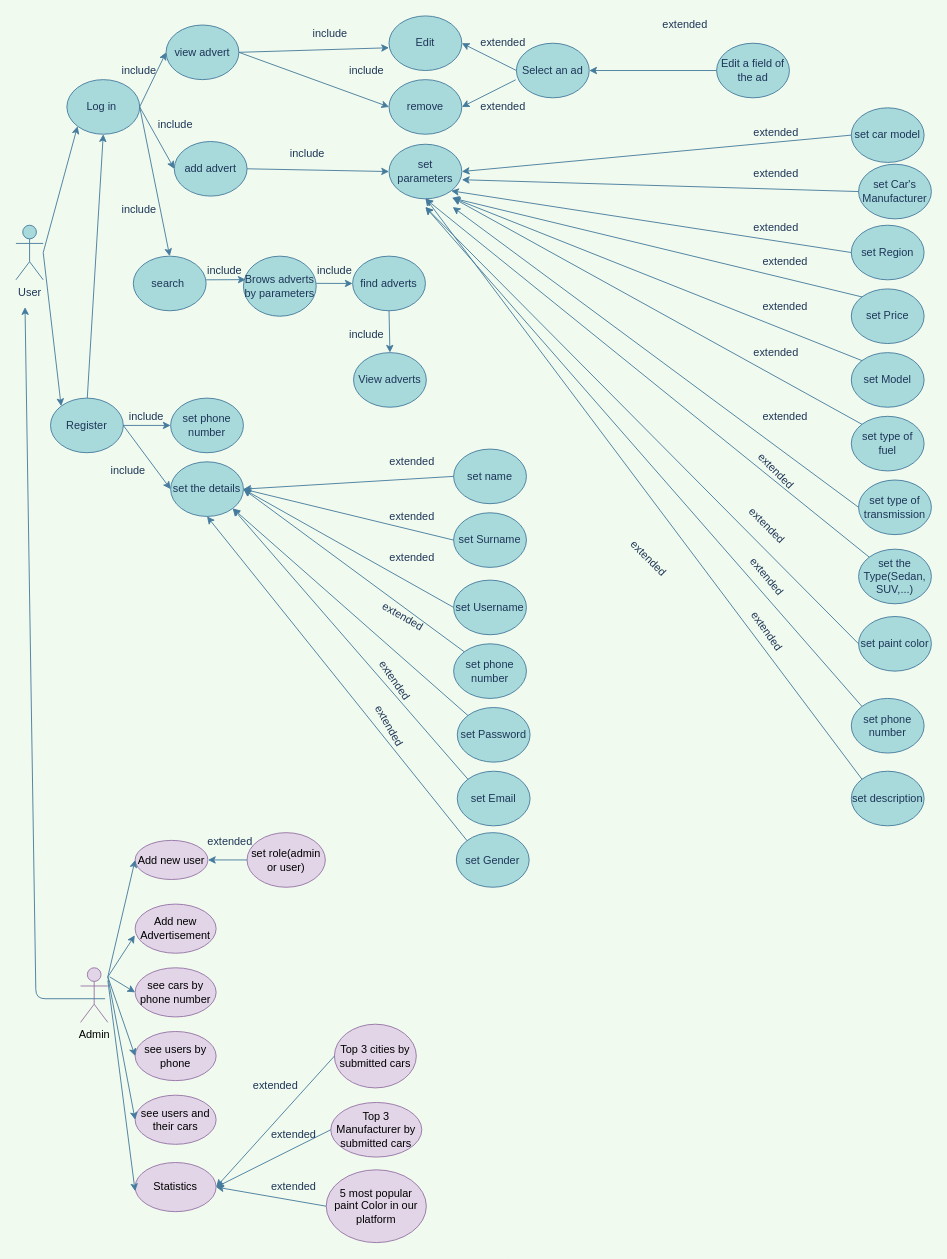
The draw.io diagram Untitled Diagram.drawio in kamran-mehravar/Large-scale-and-Multi-structured-Databases-Project, before the edit. Source tidied: cells renumbered, new cells numbered last; positions are measured from the earlier drawing's top-left corner, leaving out a move shared by most shapes. Both pictures are drawn from the tidied source at 91%, with x=0, y=0 at pixel (15, 15).
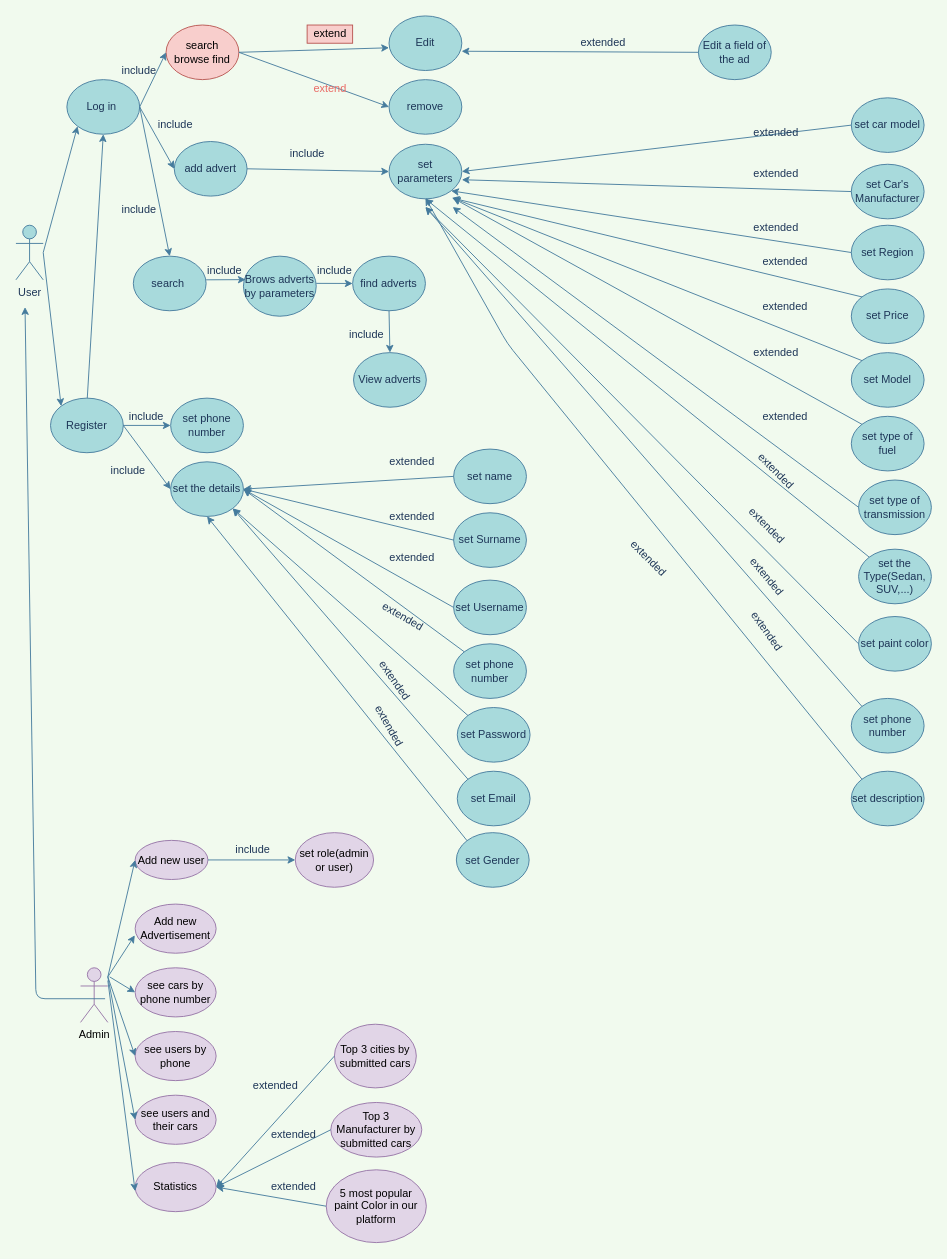
The same diagram, later.

Unchanged cells that the change refers to:
```xml
<mxCell id="4" value="Add new user" style="ellipse;whiteSpace=wrap;html=1;fillColor=#e1d5e7;strokeColor=#9673a6;" parent="1" vertex="1">
  <mxGeometry x="131" y="906" width="80" height="43" as="geometry" />
</mxCell>
<mxCell id="24" value="Edit" style="ellipse;whiteSpace=wrap;html=1;fillColor=#A8DADC;strokeColor=#457B9D;fontColor=#1D3557;" parent="1" vertex="1">
  <mxGeometry x="410" width="80" height="60" as="geometry" />
</mxCell>
<mxCell id="52" value="set description" style="ellipse;whiteSpace=wrap;html=1;fillColor=#A8DADC;strokeColor=#457B9D;fontColor=#1D3557;" parent="1" vertex="1">
  <mxGeometry x="918" y="830" width="80" height="60" as="geometry" />
</mxCell>
```

What changed in the source:
```diff
@@
-    <mxCell id="9" value="view advert" style="ellipse;whiteSpace=wrap;html=1;fillColor=#A8DADC;strokeColor=#457B9D;fontColor=#1D3557;" parent="1" vertex="1">
+    <mxCell id="9" value="search browse find" style="ellipse;whiteSpace=wrap;html=1;fillColor=#f8cecc;strokeColor=#b85450;" parent="1" vertex="1">
       <mxGeometry x="165" y="10" width="80" height="60" as="geometry" />
     </mxCell>
@@
-    <mxCell id="14" value="Select an ad" style="ellipse;whiteSpace=wrap;html=1;fillColor=#A8DADC;strokeColor=#457B9D;fontColor=#1D3557;" parent="1" vertex="1">
-      <mxGeometry x="550" y="30" width="80" height="60" as="geometry" />
-    </mxCell>
@@
-    <mxCell id="28" value="include" style="text;html=1;align=center;verticalAlign=middle;strokeColor=none;rotation=0;fontColor=#1D3557;" parent="1" vertex="1">
+    <mxCell id="28" value="extend" style="text;html=1;align=center;verticalAlign=middle;strokeColor=#b85450;rotation=0;fillColor=#f8cecc;" parent="1" vertex="1">
       <mxGeometry x="320" y="10" width="50" height="20" as="geometry" />
     </mxCell>
-    <mxCell id="29" value="include" style="text;html=1;align=center;verticalAlign=middle;strokeColor=none;rotation=0;fontColor=#1D3557;" parent="1" vertex="1">
-      <mxGeometry x="360" y="50" width="50" height="20" as="geometry" />
+    <mxCell id="29" value="&lt;font color=&quot;#ea6b66&quot;&gt;extend&lt;/font&gt;" style="text;html=1;align=center;verticalAlign=middle;strokeColor=none;rotation=0;fontColor=#1D3557;" parent="1" vertex="1">
+      <mxGeometry x="320" y="70" width="50" height="20" as="geometry" />
     </mxCell>
-    <mxCell id="30" style="endArrow=classic;html=1;entryX=1;entryY=0.5;entryDx=0;entryDy=0;labelBackgroundColor=#F1FAEE;strokeColor=#457B9D;fontColor=#1D3557;" parent="1" edge="1" target="24">
-      <mxGeometry relative="1" as="geometry">
-        <mxPoint x="550" y="60" as="sourcePoint" />
-      </mxGeometry>
-    </mxCell>
-    <mxCell id="31" style="endArrow=classic;html=1;exitX=-0.01;exitY=0.67;exitDx=0;exitDy=0;exitPerimeter=0;labelBackgroundColor=#F1FAEE;strokeColor=#457B9D;fontColor=#1D3557;" parent="1" edge="1" source="14">
-      <mxGeometry relative="1" as="geometry">
-        <mxPoint x="490" y="100" as="targetPoint" />
-      </mxGeometry>
-    </mxCell>
-    <mxCell id="32" value="extended" style="text;html=1;align=center;verticalAlign=middle;strokeColor=none;rotation=0;fontColor=#1D3557;" parent="1" vertex="1">
-      <mxGeometry x="500" y="20" width="70" height="20" as="geometry" />
-    </mxCell>
-    <mxCell id="33" value="extended" style="text;html=1;align=center;verticalAlign=middle;strokeColor=none;rotation=0;fontColor=#1D3557;" parent="1" vertex="1">
-      <mxGeometry x="500" y="90" width="70" height="20" as="geometry" />
-    </mxCell>
     <mxCell id="34" value="Edit a field of the ad" style="ellipse;whiteSpace=wrap;html=1;fillColor=#A8DADC;strokeColor=#457B9D;fontColor=#1D3557;" parent="1" vertex="1">
-      <mxGeometry x="770" y="30" width="80" height="60" as="geometry" />
+      <mxGeometry x="750" y="10" width="80" height="60" as="geometry" />
     </mxCell>
-    <mxCell id="35" style="endArrow=classic;html=1;exitX=0;exitY=0.5;exitDx=0;exitDy=0;entryX=1;entryY=0.5;entryDx=0;entryDy=0;labelBackgroundColor=#F1FAEE;strokeColor=#457B9D;fontColor=#1D3557;" parent="1" edge="1" source="34" target="14">
+    <mxCell id="35" style="endArrow=classic;html=1;exitX=0;exitY=0.5;exitDx=0;exitDy=0;labelBackgroundColor=#F1FAEE;strokeColor=#457B9D;fontColor=#1D3557;entryX=0.997;entryY=0.647;entryDx=0;entryDy=0;entryPerimeter=0;" parent="1" edge="1" source="34" target="24">
       <mxGeometry relative="1" as="geometry" />
     </mxCell>
     <mxCell id="36" value="extended" style="text;html=1;align=center;verticalAlign=middle;strokeColor=none;rotation=0;fontColor=#1D3557;" parent="1" vertex="1">
-      <mxGeometry x="700" width="70" height="20" as="geometry" />
+      <mxGeometry x="610" y="20" width="70" height="20" as="geometry" />
     </mxCell>
@@
     <mxCell id="40" value="set Car's Manufacturer" style="ellipse;whiteSpace=wrap;html=1;fillColor=#A8DADC;strokeColor=#457B9D;fontColor=#1D3557;" parent="1" vertex="1">
-      <mxGeometry x="926" y="163" width="80" height="60" as="geometry" />
+      <mxGeometry x="918" y="163" width="80" height="60" as="geometry" />
     </mxCell>
     <mxCell id="41" value="set car model" style="ellipse;whiteSpace=wrap;html=1;fillColor=#A8DADC;strokeColor=#457B9D;fontColor=#1D3557;" parent="1" vertex="1">
-      <mxGeometry x="918" y="101" width="80" height="60" as="geometry" />
+      <mxGeometry x="918" y="90" width="80" height="60" as="geometry" />
     </mxCell>
@@
     <mxCell id="60" style="endArrow=classic;html=1;exitX=0;exitY=0;exitDx=0;exitDy=0;labelBackgroundColor=#F1FAEE;strokeColor=#457B9D;fontColor=#1D3557;" parent="1" edge="1" source="52">
       <mxGeometry relative="1" as="geometry">
         <mxPoint x="450" y="200" as="targetPoint" />
+        <Array as="points">
+          <mxPoint x="540" y="360" />
+        </Array>
       </mxGeometry>
     </mxCell>
@@
     <mxCell id="110" value="set role(admin or user)" style="ellipse;whiteSpace=wrap;html=1;fillColor=#e1d5e7;strokeColor=#9673a6;" parent="1" vertex="1">
-      <mxGeometry x="254" y="897.5" width="86" height="60" as="geometry" />
+      <mxGeometry x="307" y="897.5" width="86" height="60" as="geometry" />
     </mxCell>
-    <mxCell id="111" style="endArrow=classic;html=1;labelBackgroundColor=#F1FAEE;strokeColor=#457B9D;fontColor=#1D3557;exitX=0;exitY=0.5;exitDx=0;exitDy=0;entryX=1;entryY=0.5;entryDx=0;entryDy=0;" parent="1" edge="1" source="110" target="4">
+    <mxCell id="111" style="endArrow=classic;html=1;labelBackgroundColor=#F1FAEE;strokeColor=#457B9D;fontColor=#1D3557;exitX=1;exitY=0.5;exitDx=0;exitDy=0;entryX=0;entryY=0.5;entryDx=0;entryDy=0;" parent="1" edge="1" source="4" target="110">
       <mxGeometry relative="1" as="geometry" />
     </mxCell>
-    <mxCell id="112" value="extended" style="text;html=1;align=center;verticalAlign=middle;strokeColor=none;rotation=0;fontColor=#1D3557;" parent="1" vertex="1">
-      <mxGeometry x="200" y="897.5" width="70" height="20" as="geometry" />
+    <mxCell id="112" value="include" style="text;html=1;align=center;verticalAlign=middle;strokeColor=none;rotation=0;fontColor=#1D3557;" parent="1" vertex="1">
+      <mxGeometry x="235" y="906" width="50" height="20" as="geometry" />
     </mxCell>
```
